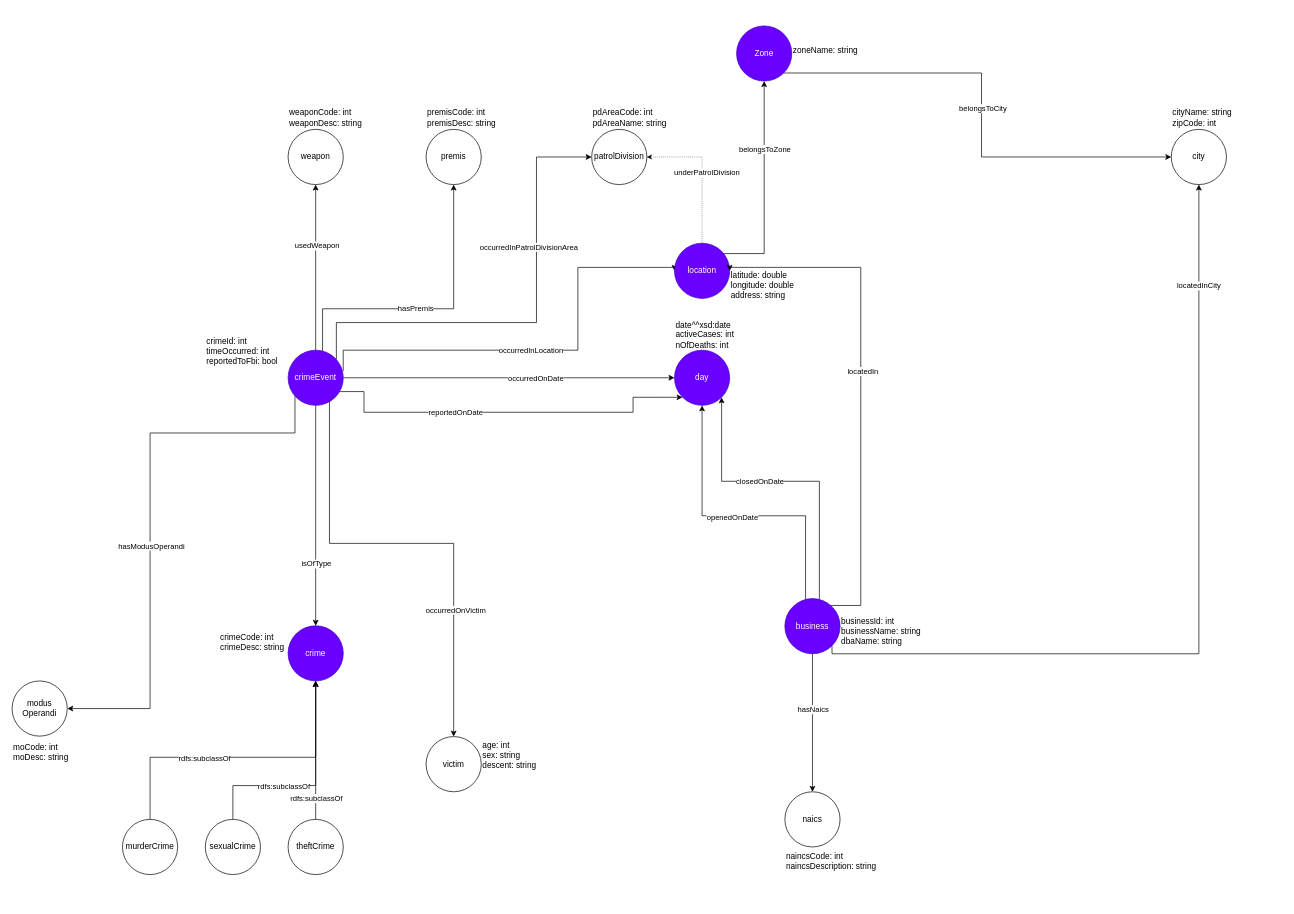
Above: requirements analysis/Bitsei_ontology.drawio in mircocazzaro/bitsei-db2-unipd (draw.io), before the change. Source tidied: cells renumbered, new cells numbered last; positions are measured from the earlier drawing's top-left corner, leaving out a move shared by most shapes. Both pictures are drawn from the tidied source at 69%, with x=0, y=0 at pixel (12, 12).
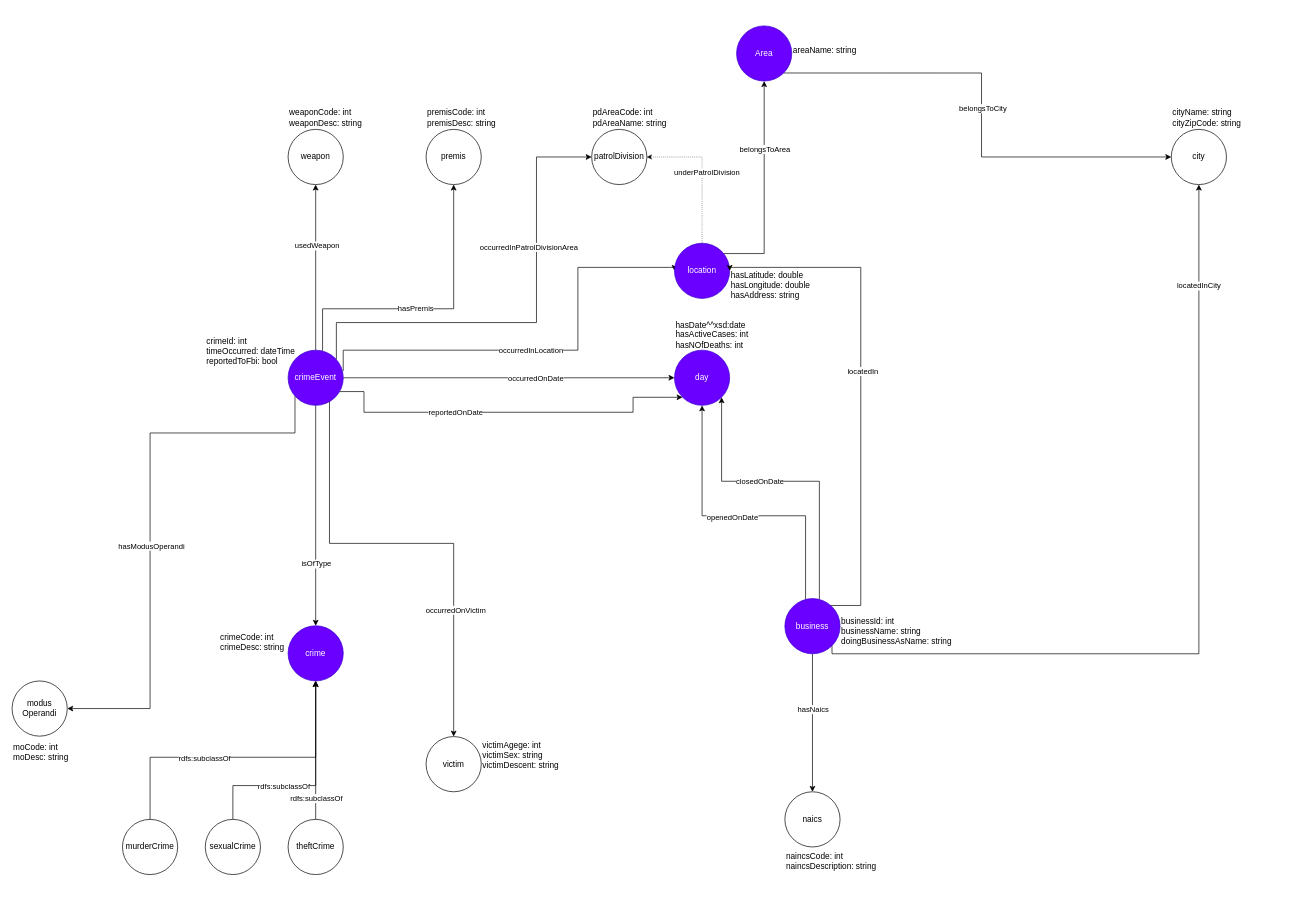
Above is the later version.

Commit message (it also covers changes not shown here):
added first ontology (pure copy of schema)

The change refers to these unchanged cells:
```xml
<mxCell id="25" style="edgeStyle=orthogonalEdgeStyle;rounded=0;jettySize=auto;html=1;" parent="1" edge="1" source="27" target="69">
  <mxGeometry relative="1" as="geometry">
    <Array as="points">
      <mxPoint x="1090" y="350" />
    </Array>
  </mxGeometry>
</mxCell>
```

What changed in the source:
```diff
@@
-    <mxCell id="26" value="&lt;div&gt;belongsToZone&lt;/div&gt;" style="edgeLabel;html=1;align=center;verticalAlign=middle;" parent="25" vertex="1">
+    <mxCell id="26" value="&lt;div&gt;belongsToArea&lt;/div&gt;" style="edgeLabel;html=1;align=center;verticalAlign=middle;" parent="25" vertex="1">
       <mxGeometry x="0.36" relative="1" as="geometry" />
     </mxCell>
@@
-    <mxCell id="59" value="&lt;div&gt;age: int&lt;/div&gt;&lt;div&gt;sex: string &lt;br&gt;&lt;/div&gt;&lt;div&gt;descent: string &lt;br&gt;&lt;/div&gt;" style="text;html=1;strokeColor=none;fillColor=none;align=left;verticalAlign=top;whiteSpace=wrap;rounded=0;" parent="1" vertex="1">
+    <mxCell id="59" value="&lt;div&gt;victimAgege: int&lt;/div&gt;&lt;div&gt;victimSex: string &lt;br&gt;&lt;/div&gt;&lt;div&gt;victimDescent: string &lt;br&gt;&lt;/div&gt;" style="text;html=1;strokeColor=none;fillColor=none;align=left;verticalAlign=top;whiteSpace=wrap;rounded=0;" parent="1" vertex="1">
       <mxGeometry x="680" y="1049.4" width="160" height="80" as="geometry" />
     </mxCell>
-    <mxCell id="60" value="&lt;div&gt;date^^xsd:date&lt;/div&gt;&lt;div&gt;activeCases: int&lt;/div&gt;&lt;div&gt;nOfDeaths: int&lt;/div&gt;" style="text;html=1;strokeColor=none;fillColor=none;align=left;verticalAlign=bottom;whiteSpace=wrap;rounded=0;" parent="1" vertex="1">
+    <mxCell id="60" value="&lt;div&gt;hasDate^^xsd:date&lt;/div&gt;&lt;div&gt;hasActiveCases: int&lt;/div&gt;&lt;div&gt;hasNOfDeaths: int&lt;/div&gt;" style="text;html=1;strokeColor=none;fillColor=none;align=left;verticalAlign=bottom;whiteSpace=wrap;rounded=0;" parent="1" vertex="1">
       <mxGeometry x="960" y="412" width="160" height="80" as="geometry" />
     </mxCell>
-    <mxCell id="61" value="&lt;div&gt;businessId: int&lt;/div&gt;&lt;div&gt;businessName: string&lt;/div&gt;&lt;div&gt;dbaName: string&lt;br&gt;&lt;/div&gt;&lt;div&gt;&lt;br&gt;&lt;/div&gt;&lt;div&gt;&lt;br&gt;&lt;/div&gt;" style="text;html=1;strokeColor=none;fillColor=none;align=left;verticalAlign=top;whiteSpace=wrap;rounded=0;" parent="1" vertex="1">
-      <mxGeometry x="1200" y="870" width="160" height="80" as="geometry" />
+    <mxCell id="61" value="&lt;div&gt;businessId: int&lt;/div&gt;&lt;div&gt;businessName: string&lt;/div&gt;&lt;div&gt;doingBusinessAsName: string&lt;br&gt;&lt;/div&gt;&lt;div&gt;&lt;br&gt;&lt;/div&gt;&lt;div&gt;&lt;br&gt;&lt;/div&gt;" style="text;html=1;strokeColor=none;fillColor=none;align=left;verticalAlign=top;whiteSpace=wrap;rounded=0;" parent="1" vertex="1">
+      <mxGeometry x="1200" y="870" width="180" height="80" as="geometry" />
     </mxCell>
@@
-    <mxCell id="63" value="&lt;div&gt;latitude: double&lt;/div&gt;&lt;div&gt;longitude: double&lt;br&gt;&lt;/div&gt;&lt;div&gt;address: string&lt;br&gt;&lt;/div&gt;" style="text;html=1;strokeColor=none;fillColor=none;align=left;verticalAlign=bottom;whiteSpace=wrap;rounded=0;" parent="1" vertex="1">
+    <mxCell id="63" value="&lt;div&gt;hasLatitude: double&lt;/div&gt;&lt;div&gt;hasLongitude: double&lt;br&gt;&lt;/div&gt;&lt;div&gt;hasAddress: string&lt;br&gt;&lt;/div&gt;" style="text;html=1;strokeColor=none;fillColor=none;align=left;verticalAlign=bottom;whiteSpace=wrap;rounded=0;" parent="1" vertex="1">
       <mxGeometry x="1040" y="340" width="160" height="80" as="geometry" />
     </mxCell>
-    <mxCell id="64" value="&lt;div&gt;cityName: string&lt;/div&gt;&lt;div&gt;zipCode: int&lt;br&gt;&lt;/div&gt;" style="text;html=1;strokeColor=none;fillColor=none;align=left;verticalAlign=bottom;whiteSpace=wrap;rounded=0;" parent="1" vertex="1">
+    <mxCell id="64" value="&lt;div&gt;cityName: string&lt;/div&gt;&lt;div&gt;cityZipCode: string&lt;br&gt;&lt;/div&gt;" style="text;html=1;strokeColor=none;fillColor=none;align=left;verticalAlign=bottom;whiteSpace=wrap;rounded=0;" parent="1" vertex="1">
       <mxGeometry x="1680" y="90" width="160" height="80" as="geometry" />
     </mxCell>
-    <mxCell id="65" value="&lt;div&gt;crimeId: int&lt;/div&gt;&lt;div&gt;timeOccurred: int&lt;/div&gt;&lt;div&gt;reportedToFbi: bool&lt;/div&gt;&lt;div&gt;&lt;br&gt;&lt;/div&gt;" style="text;html=1;strokeColor=none;fillColor=none;align=left;verticalAlign=bottom;whiteSpace=wrap;rounded=0;" parent="1" vertex="1">
+    <mxCell id="65" value="&lt;div&gt;crimeId: int&lt;/div&gt;&lt;div&gt;timeOccurred: dateTime&lt;/div&gt;&lt;div&gt;reportedToFbi: bool&lt;/div&gt;&lt;div&gt;&lt;br&gt;&lt;/div&gt;" style="text;html=1;strokeColor=none;fillColor=none;align=left;verticalAlign=bottom;whiteSpace=wrap;rounded=0;" parent="1" vertex="1">
       <mxGeometry x="280" y="450" width="160" height="80" as="geometry" />
     </mxCell>
@@
-    <mxCell id="69" value="Zone" style="ellipse;whiteSpace=wrap;html=1;fillColor=#6a00ff;strokeColor=#3700CC;fontColor=#ffffff;" parent="1" vertex="1">
+    <mxCell id="69" value="Area" style="ellipse;whiteSpace=wrap;html=1;fillColor=#6a00ff;strokeColor=#3700CC;fontColor=#ffffff;" parent="1" vertex="1">
       <mxGeometry x="1050" y="20" width="80" height="80" as="geometry" />
     </mxCell>
-    <mxCell id="70" value="&lt;br&gt;&lt;div&gt;zoneName: string&lt;/div&gt;&lt;div&gt;&lt;br&gt;&lt;/div&gt;" style="text;html=1;strokeColor=none;fillColor=none;align=left;verticalAlign=bottom;whiteSpace=wrap;rounded=0;" parent="1" vertex="1">
+    <mxCell id="70" value="&lt;br&gt;&lt;div&gt;areaName: string&lt;/div&gt;&lt;div&gt;&lt;br&gt;&lt;/div&gt;" style="text;html=1;strokeColor=none;fillColor=none;align=left;verticalAlign=bottom;whiteSpace=wrap;rounded=0;" parent="1" vertex="1">
       <mxGeometry x="1130" width="160" height="80" as="geometry" />
     </mxCell>
```
